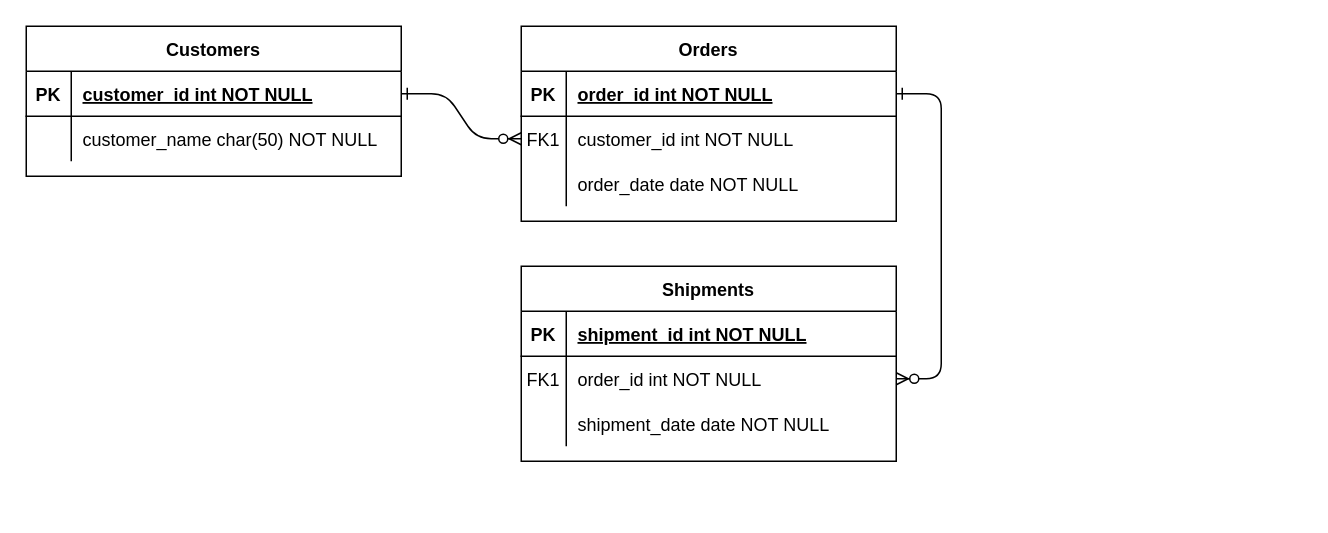
Before: DataModel.drawio in GSC-Munchen/tanzpartnersuche, a draw.io diagram. Source tidied: cells renumbered, new cells numbered last; positions are measured from the earlier drawing's top-left corner, leaving out a move shared by most shapes. Both pictures are drawn from the tidied source at 150%, with x=0, y=0 at pixel (26, 26).
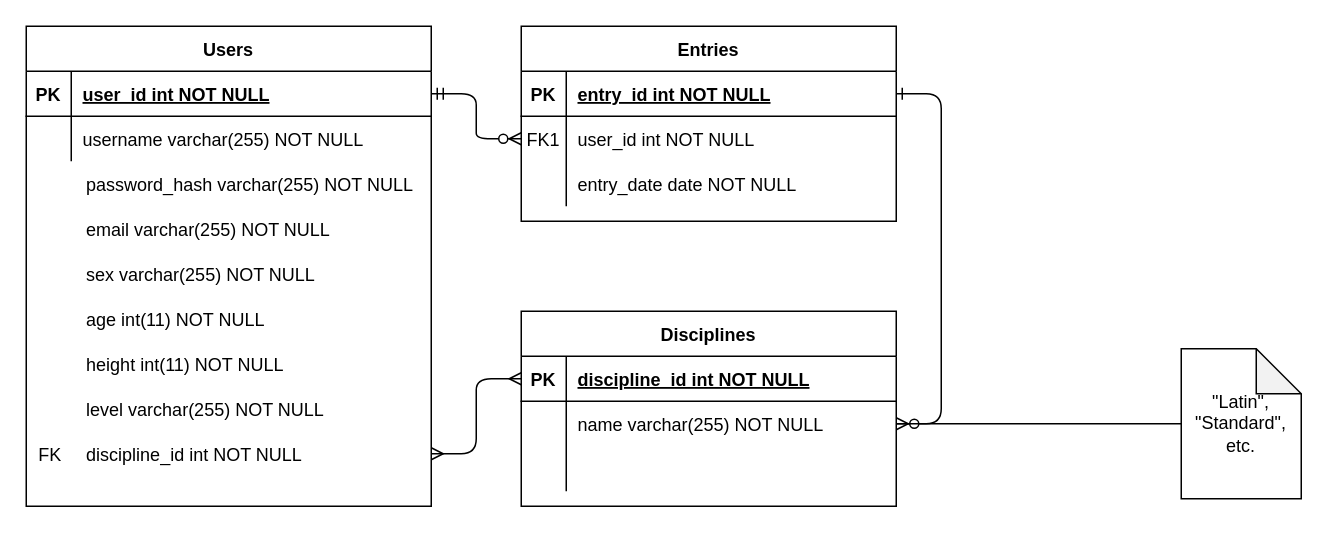
The same page after the edit.

The change refers to these unchanged cells:
```xml
<mxCell id="5" style="shape=partialRectangle;fillColor=none;points=[[0,0.5],[1,0.5]];portConstraint=eastwest;top=0;left=0;right=0;bottom=1;" parent="4" vertex="1">
  <mxGeometry y="30" width="250" height="30" as="geometry" />
</mxCell>
<mxCell id="8" style="shape=partialRectangle;fillColor=none;points=[[0,0.5],[1,0.5]];portConstraint=eastwest;top=0;left=0;right=0;bottom=0;" parent="4" vertex="1">
  <mxGeometry y="60" width="250" height="30" as="geometry" />
</mxCell>
<mxCell id="11" style="shape=partialRectangle;fillColor=none;top=0;left=0;right=0;bottom=0;" parent="4" vertex="1">
  <mxGeometry y="90" width="250" height="30" as="geometry" />
</mxCell>
<mxCell id="15" style="shape=partialRectangle;fillColor=none;points=[[0,0.5],[1,0.5]];portConstraint=eastwest;top=0;left=0;right=0;bottom=1;" parent="14" vertex="1">
  <mxGeometry y="30" width="250" height="30" as="geometry" />
</mxCell>
<mxCell id="18" style="shape=partialRectangle;fillColor=none;points=[[0,0.5],[1,0.5]];portConstraint=eastwest;top=0;left=0;right=0;bottom=0;" parent="14" vertex="1">
  <mxGeometry y="60" width="250" height="30" as="geometry" />
</mxCell>
<mxCell id="21" style="shape=partialRectangle;fillColor=none;top=0;left=0;right=0;bottom=0;" parent="14" vertex="1">
  <mxGeometry y="90" width="250" height="30" as="geometry" />
</mxCell>
```

What changed in the source:
```diff
@@
-    <mxCell id="2" style="edgeStyle=entityRelationEdgeStyle;endArrow=ERzeroToMany;startArrow=ERone;endFill=1;startFill=0;" parent="1" edge="1" source="25" target="8">
-      <mxGeometry relative="1" as="geometry" />
-    </mxCell>
@@
-    <mxCell id="4" value="Orders" style="shape=table;startSize=30;childLayout=tableLayout;rowLines=0;fontStyle=1;align=center;" parent="1" vertex="1">
+    <mxCell id="4" value="Entries" style="shape=table;startSize=30;childLayout=tableLayout;rowLines=0;fontStyle=1;align=center;" parent="1" vertex="1">
       <mxGeometry x="330" width="250" height="130" as="geometry" />
     </mxCell>
@@
-    <mxCell id="7" value="order_id int NOT NULL " style="shape=partialRectangle;overflow=hidden;fillColor=none;top=0;left=0;bottom=0;right=0;align=left;spacingLeft=6;fontStyle=5;" parent="5" vertex="1">
+    <mxCell id="7" value="entry_id int NOT NULL " style="shape=partialRectangle;overflow=hidden;fillColor=none;top=0;left=0;bottom=0;right=0;align=left;spacingLeft=6;fontStyle=5;" parent="5" vertex="1">
       <mxGeometry x="30" width="220" height="30" as="geometry" />
     </mxCell>
@@
-    <mxCell id="10" value="customer_id int NOT NULL" style="shape=partialRectangle;overflow=hidden;fillColor=none;top=0;left=0;bottom=0;right=0;align=left;spacingLeft=6;" parent="8" vertex="1">
+    <mxCell id="10" value="user_id int NOT NULL" style="shape=partialRectangle;overflow=hidden;fillColor=none;top=0;left=0;bottom=0;right=0;align=left;spacingLeft=6;" parent="8" vertex="1">
       <mxGeometry x="30" width="220" height="30" as="geometry" />
     </mxCell>
@@
-    <mxCell id="13" value="order_date date NOT NULL" style="shape=partialRectangle;overflow=hidden;fillColor=none;top=0;left=0;bottom=0;right=0;align=left;spacingLeft=6;" parent="11" vertex="1">
+    <mxCell id="13" value="entry_date date NOT NULL" style="shape=partialRectangle;overflow=hidden;fillColor=none;top=0;left=0;bottom=0;right=0;align=left;spacingLeft=6;" parent="11" vertex="1">
       <mxGeometry x="30" width="220" height="30" as="geometry" />
     </mxCell>
-    <mxCell id="14" value="Shipments" style="shape=table;startSize=30;childLayout=tableLayout;rowLines=0;fontStyle=1;align=center;" parent="1" vertex="1">
-      <mxGeometry x="330" y="160" width="250" height="130" as="geometry" />
+    <mxCell id="14" value="Disciplines" style="shape=table;startSize=30;childLayout=tableLayout;rowLines=0;fontStyle=1;align=center;" parent="1" vertex="1">
+      <mxGeometry x="330" y="190" width="250" height="130" as="geometry" />
     </mxCell>
@@
-    <mxCell id="17" value="shipment_id int NOT NULL " style="shape=partialRectangle;overflow=hidden;fillColor=none;top=0;left=0;bottom=0;right=0;align=left;spacingLeft=6;fontStyle=5;" parent="15" vertex="1">
+    <mxCell id="17" value="discipline_id int NOT NULL " style="shape=partialRectangle;overflow=hidden;fillColor=none;top=0;left=0;bottom=0;right=0;align=left;spacingLeft=6;fontStyle=5;" parent="15" vertex="1">
       <mxGeometry x="30" width="220" height="30" as="geometry" />
     </mxCell>
@@
-    <mxCell id="19" value="FK1" style="shape=partialRectangle;overflow=hidden;fillColor=none;top=0;left=0;bottom=0;right=0;" parent="18" vertex="1">
+    <mxCell id="19" style="shape=partialRectangle;overflow=hidden;fillColor=none;top=0;left=0;bottom=0;right=0;" parent="18" vertex="1">
       <mxGeometry width="30" height="30" as="geometry" />
     </mxCell>
-    <mxCell id="20" value="order_id int NOT NULL" style="shape=partialRectangle;overflow=hidden;fillColor=none;top=0;left=0;bottom=0;right=0;align=left;spacingLeft=6;" parent="18" vertex="1">
+    <mxCell id="20" value="name varchar(255) NOT NULL" style="shape=partialRectangle;overflow=hidden;fillColor=none;top=0;left=0;bottom=0;right=0;align=left;spacingLeft=6;" parent="18" vertex="1">
       <mxGeometry x="30" width="220" height="30" as="geometry" />
     </mxCell>
@@
-    <mxCell id="23" value="shipment_date date NOT NULL" style="shape=partialRectangle;overflow=hidden;fillColor=none;top=0;left=0;bottom=0;right=0;align=left;spacingLeft=6;" parent="21" vertex="1">
+    <mxCell id="23" style="shape=partialRectangle;overflow=hidden;fillColor=none;top=0;left=0;bottom=0;right=0;align=left;spacingLeft=6;" parent="21" vertex="1">
       <mxGeometry x="30" width="220" height="30" as="geometry" />
     </mxCell>
+    <mxCell id="31" style="group;" parent="1" vertex="1">
+      <mxGeometry width="270" height="320" as="geometry" />
+    </mxCell>
-    <mxCell id="24" value="Customers" style="shape=table;startSize=30;childLayout=tableLayout;rowLines=0;fontStyle=1;align=center;" parent="1" vertex="1">
-      <mxGeometry width="250" height="100" as="geometry" />
+    <mxCell id="24" value="Users" style="shape=table;startSize=30;childLayout=tableLayout;rowLines=0;fontStyle=1;align=center;" parent="31" vertex="1">
+      <mxGeometry width="270" height="320" as="geometry" />
     </mxCell>
     <mxCell id="25" style="shape=partialRectangle;fillColor=none;points=[[0,0.5],[1,0.5]];portConstraint=eastwest;top=0;left=0;right=0;bottom=1;" parent="24" vertex="1">
-      <mxGeometry y="30" width="250" height="30" as="geometry" />
+      <mxGeometry y="30" width="270" height="30" as="geometry" />
     </mxCell>
@@
-    <mxCell id="27" value="customer_id int NOT NULL " style="shape=partialRectangle;overflow=hidden;fillColor=none;top=0;left=0;bottom=0;right=0;align=left;spacingLeft=6;fontStyle=5;" parent="25" vertex="1">
-      <mxGeometry x="30" width="220" height="30" as="geometry" />
+    <mxCell id="27" value="user_id int NOT NULL " style="shape=partialRectangle;overflow=hidden;fillColor=none;top=0;left=0;bottom=0;right=0;align=left;spacingLeft=6;fontStyle=5;" parent="25" vertex="1">
+      <mxGeometry x="30" width="240" height="30" as="geometry" />
     </mxCell>
     <mxCell id="28" style="shape=partialRectangle;fillColor=none;top=0;left=0;right=0;bottom=0;" parent="24" vertex="1">
-      <mxGeometry y="60" width="250" height="30" as="geometry" />
+      <mxGeometry y="60" width="270" height="30" as="geometry" />
     </mxCell>
@@
-    <mxCell id="30" value="customer_name char(50) NOT NULL" style="shape=partialRectangle;overflow=hidden;fillColor=none;top=0;left=0;bottom=0;right=0;align=left;spacingLeft=6;" parent="28" vertex="1">
-      <mxGeometry x="30" width="220" height="30" as="geometry" />
+    <mxCell id="30" value="username varchar(255) NOT NULL" style="shape=partialRectangle;overflow=hidden;fillColor=none;top=0;left=0;bottom=0;right=0;align=left;spacingLeft=6;" parent="28" vertex="1">
+      <mxGeometry x="30" width="240" height="30" as="geometry" />
     </mxCell>
+    <mxCell id="32" style="shape=partialRectangle;fillColor=none;top=0;left=0;right=0;bottom=0;" parent="31" vertex="1">
+      <mxGeometry y="120" width="270" height="30" as="geometry" />
+    </mxCell>
+    <mxCell id="33" style="shape=partialRectangle;overflow=hidden;fillColor=none;top=0;left=0;bottom=0;right=0;" parent="32" vertex="1">
+      <mxGeometry width="32.4" height="30" as="geometry" />
+    </mxCell>
+    <mxCell id="34" value="email varchar(255) NOT NULL" style="shape=partialRectangle;overflow=hidden;fillColor=none;top=0;left=0;bottom=0;right=0;align=left;spacingLeft=6;" parent="32" vertex="1">
+      <mxGeometry x="32.4" width="237.6" height="30" as="geometry" />
+    </mxCell>
+    <mxCell id="35" style="shape=partialRectangle;fillColor=none;top=0;left=0;right=0;bottom=0;" parent="31" vertex="1">
+      <mxGeometry y="150" width="270" height="30" as="geometry" />
+    </mxCell>
+    <mxCell id="36" style="shape=partialRectangle;overflow=hidden;fillColor=none;top=0;left=0;bottom=0;right=0;" parent="35" vertex="1">
+      <mxGeometry width="32.4" height="30" as="geometry" />
+    </mxCell>
+    <mxCell id="37" value="sex varchar(255) NOT NULL" style="shape=partialRectangle;overflow=hidden;fillColor=none;top=0;left=0;bottom=0;right=0;align=left;spacingLeft=6;" parent="35" vertex="1">
+      <mxGeometry x="32.4" width="237.6" height="30" as="geometry" />
+    </mxCell>
+    <mxCell id="38" style="shape=partialRectangle;fillColor=none;top=0;left=0;right=0;bottom=0;" parent="31" vertex="1">
+      <mxGeometry y="180" width="270" height="30" as="geometry" />
+    </mxCell>
+    <mxCell id="39" style="shape=partialRectangle;overflow=hidden;fillColor=none;top=0;left=0;bottom=0;right=0;" parent="38" vertex="1">
+      <mxGeometry width="32.4" height="30" as="geometry" />
+    </mxCell>
+    <mxCell id="40" value="age int(11) NOT NULL" style="shape=partialRectangle;overflow=hidden;fillColor=none;top=0;left=0;bottom=0;right=0;align=left;spacingLeft=6;" parent="38" vertex="1">
+      <mxGeometry x="32.4" width="237.6" height="30" as="geometry" />
+    </mxCell>
+    <mxCell id="41" style="shape=partialRectangle;fillColor=none;top=0;left=0;right=0;bottom=0;" parent="31" vertex="1">
+      <mxGeometry y="210" width="270" height="30" as="geometry" />
+    </mxCell>
+    <mxCell id="42" style="shape=partialRectangle;overflow=hidden;fillColor=none;top=0;left=0;bottom=0;right=0;" parent="41" vertex="1">
+      <mxGeometry width="32.4" height="30" as="geometry" />
+    </mxCell>
+    <mxCell id="43" value="height int(11) NOT NULL" style="shape=partialRectangle;overflow=hidden;fillColor=none;top=0;left=0;bottom=0;right=0;align=left;spacingLeft=6;" parent="41" vertex="1">
+      <mxGeometry x="32.4" width="237.6" height="30" as="geometry" />
+    </mxCell>
+    <mxCell id="44" style="shape=partialRectangle;fillColor=none;top=0;left=0;right=0;bottom=0;" parent="31" vertex="1">
+      <mxGeometry y="240" width="270" height="30" as="geometry" />
+    </mxCell>
+    <mxCell id="45" style="shape=partialRectangle;overflow=hidden;fillColor=none;top=0;left=0;bottom=0;right=0;" parent="44" vertex="1">
+      <mxGeometry width="32.4" height="30" as="geometry" />
+    </mxCell>
+    <mxCell id="46" value="level varchar(255) NOT NULL" style="shape=partialRectangle;overflow=hidden;fillColor=none;top=0;left=0;bottom=0;right=0;align=left;spacingLeft=6;" parent="44" vertex="1">
+      <mxGeometry x="32.4" width="237.6" height="30" as="geometry" />
+    </mxCell>
+    <mxCell id="47" style="shape=partialRectangle;fillColor=none;points=[[0,0.5],[1,0.5]];portConstraint=eastwest;top=0;left=0;right=0;bottom=0;" parent="31" vertex="1">
+      <mxGeometry y="270" width="270" height="30" as="geometry" />
+    </mxCell>
+    <mxCell id="48" value="FK" style="shape=partialRectangle;overflow=hidden;fillColor=none;top=0;left=0;bottom=0;right=0;" parent="47" vertex="1">
+      <mxGeometry width="32.4" height="30" as="geometry" />
+    </mxCell>
+    <mxCell id="49" value="discipline_id int NOT NULL" style="shape=partialRectangle;overflow=hidden;fillColor=none;top=0;left=0;bottom=0;right=0;align=left;spacingLeft=6;" parent="47" vertex="1">
+      <mxGeometry x="32.4" width="237.6" height="30" as="geometry" />
+    </mxCell>
+    <mxCell id="50" style="shape=partialRectangle;fillColor=none;top=0;left=0;right=0;bottom=0;" parent="31" vertex="1">
+      <mxGeometry y="90" width="270" height="30" as="geometry" />
+    </mxCell>
+    <mxCell id="51" style="shape=partialRectangle;overflow=hidden;fillColor=none;top=0;left=0;bottom=0;right=0;" parent="50" vertex="1">
+      <mxGeometry width="32.4" height="30" as="geometry" />
+    </mxCell>
+    <mxCell id="52" value="password_hash varchar(255) NOT NULL" style="shape=partialRectangle;overflow=hidden;fillColor=none;top=0;left=0;bottom=0;right=0;align=left;spacingLeft=6;" parent="50" vertex="1">
+      <mxGeometry x="32.4" width="237.6" height="30" as="geometry" />
+    </mxCell>
+    <mxCell id="53" style="edgeStyle=entityRelationEdgeStyle;fontSize=12;html=1;endArrow=ERmany;startArrow=ERmany;" parent="1" edge="1" source="47" target="15">
+      <mxGeometry relative="1" as="geometry" />
+    </mxCell>
+    <mxCell id="2" style="edgeStyle=entityRelationEdgeStyle;fontSize=12;html=1;endArrow=ERzeroToMany;startArrow=ERmandOne;" parent="1" edge="1" source="25" target="8">
+      <mxGeometry relative="1" as="geometry" />
+    </mxCell>
+    <mxCell id="54" value="&quot;Latin&quot;, &quot;Standard&quot;, etc." style="shape=note;whiteSpace=wrap;html=1;backgroundOutline=1;darkOpacity=0.05;" parent="1" vertex="1">
+      <mxGeometry x="770" y="215" width="80" height="100" as="geometry" />
+    </mxCell>
+    <mxCell id="55" style="endArrow=none;html=1;" parent="1" edge="1" source="18" target="54">
+      <mxGeometry relative="1" as="geometry" />
+    </mxCell>
```
